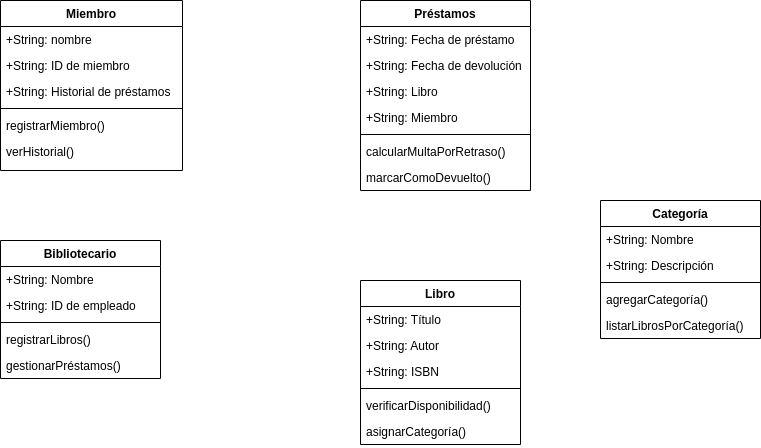
Earlier version of the draw.io export Diagrama2.png (aday-ctr/clases). Source tidied: cells renumbered, new cells last; positions are measured from the earlier drawing's top-left corner, leaving out a move shared by most shapes.
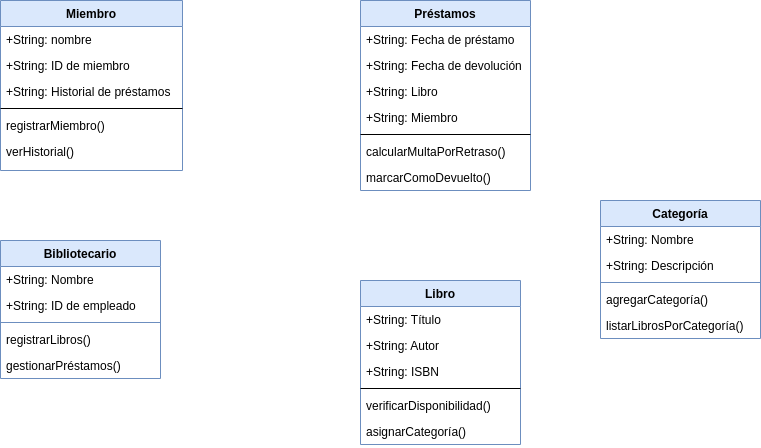
Later version of the same file.

Diff of the diagram source:
```diff
@@ -2,7 +2,7 @@
   <root>
     <mxCell id="0" />
     <mxCell id="1" parent="0" />
-    <mxCell id="2" value="Libro" style="swimlane;fontStyle=1;align=center;verticalAlign=top;horizontal=1;startSize=26;rounded=0;shadow=0;strokeWidth=1;" parent="1" vertex="1">
+    <mxCell id="2" value="Libro" style="swimlane;fontStyle=1;align=center;verticalAlign=top;horizontal=1;startSize=26;rounded=0;shadow=0;strokeWidth=1;fillColor=#dae8fc;strokeColor=#6c8ebf;" parent="1" vertex="1">
       <mxGeometry x="360" y="280" width="160" height="164" as="geometry" />
     </mxCell>
     <mxCell id="3" value="+String: Título" style="text;align=left;verticalAlign=top;spacingLeft=4;spacingRight=4;overflow=hidden;" parent="2" vertex="1">
@@ -23,7 +23,7 @@
     <mxCell id="8" value="asignarCategoría()" style="text;align=left;verticalAlign=top;spacingLeft=4;spacingRight=4;overflow=hidden;" parent="2" vertex="1">
       <mxGeometry y="138" width="160" height="26" as="geometry" />
     </mxCell>
-    <mxCell id="9" value="Préstamos" style="swimlane;fontStyle=1;align=center;verticalAlign=top;horizontal=1;startSize=26;rounded=0;shadow=0;strokeWidth=1;" parent="1" vertex="1">
+    <mxCell id="9" value="Préstamos" style="swimlane;fontStyle=1;align=center;verticalAlign=top;horizontal=1;startSize=26;rounded=0;shadow=0;strokeWidth=1;fillColor=#dae8fc;strokeColor=#6c8ebf;" parent="1" vertex="1">
       <mxGeometry x="360" width="170" height="190" as="geometry" />
     </mxCell>
     <mxCell id="10" value="+String: Fecha de préstamo" style="text;align=left;verticalAlign=top;spacingLeft=4;spacingRight=4;overflow=hidden;" parent="9" vertex="1">
@@ -47,7 +47,7 @@
     <mxCell id="16" value="marcarComoDevuelto()" style="text;align=left;verticalAlign=top;spacingLeft=4;spacingRight=4;overflow=hidden;" parent="9" vertex="1">
       <mxGeometry y="164" width="170" height="26" as="geometry" />
     </mxCell>
-    <mxCell id="17" value="Miembro" style="swimlane;fontStyle=1;align=center;verticalAlign=top;horizontal=1;startSize=26;rounded=0;shadow=0;strokeWidth=1;" parent="1" vertex="1">
+    <mxCell id="17" value="Miembro" style="swimlane;fontStyle=1;align=center;verticalAlign=top;horizontal=1;startSize=26;rounded=0;shadow=0;strokeWidth=1;fillColor=#dae8fc;strokeColor=#6c8ebf;" parent="1" vertex="1">
       <mxGeometry width="182" height="170" as="geometry" />
     </mxCell>
     <mxCell id="18" value="+String: nombre" style="text;align=left;verticalAlign=top;spacingLeft=4;spacingRight=4;overflow=hidden;" parent="17" vertex="1">
@@ -68,7 +68,7 @@
     <mxCell id="23" value="verHistorial()" style="text;align=left;verticalAlign=top;spacingLeft=4;spacingRight=4;overflow=hidden;" parent="17" vertex="1">
       <mxGeometry y="138" width="182" height="26" as="geometry" />
     </mxCell>
-    <mxCell id="24" value="Bibliotecario" style="swimlane;fontStyle=1;align=center;verticalAlign=top;horizontal=1;startSize=26;whiteSpace=wrap;html=1;" parent="1" vertex="1">
+    <mxCell id="24" value="Bibliotecario" style="swimlane;fontStyle=1;align=center;verticalAlign=top;horizontal=1;startSize=26;whiteSpace=wrap;html=1;fillColor=#dae8fc;strokeColor=#6c8ebf;" parent="1" vertex="1">
       <mxGeometry y="240" width="160" height="138" as="geometry" />
     </mxCell>
     <mxCell id="25" value="+String: Nombre" style="text;strokeColor=none;fillColor=none;align=left;verticalAlign=top;spacingLeft=4;spacingRight=4;overflow=hidden;whiteSpace=wrap;html=1;" parent="24" vertex="1">
@@ -86,7 +86,7 @@
     <mxCell id="29" value="gestionarPréstamos()" style="text;strokeColor=none;fillColor=none;align=left;verticalAlign=top;spacingLeft=4;spacingRight=4;overflow=hidden;whiteSpace=wrap;html=1;" parent="24" vertex="1">
       <mxGeometry y="112" width="160" height="26" as="geometry" />
     </mxCell>
-    <mxCell id="30" value="Categoría" style="swimlane;fontStyle=1;align=center;verticalAlign=top;horizontal=1;startSize=26;whiteSpace=wrap;html=1;" parent="1" vertex="1">
+    <mxCell id="30" value="Categoría" style="swimlane;fontStyle=1;align=center;verticalAlign=top;horizontal=1;startSize=26;whiteSpace=wrap;html=1;fillColor=#dae8fc;strokeColor=#6c8ebf;" parent="1" vertex="1">
       <mxGeometry x="600" y="200" width="160" height="138" as="geometry" />
     </mxCell>
     <mxCell id="31" value="+String: Nombre" style="text;strokeColor=none;fillColor=none;align=left;verticalAlign=top;spacingLeft=4;spacingRight=4;overflow=hidden;whiteSpace=wrap;html=1;" parent="30" vertex="1">
```
